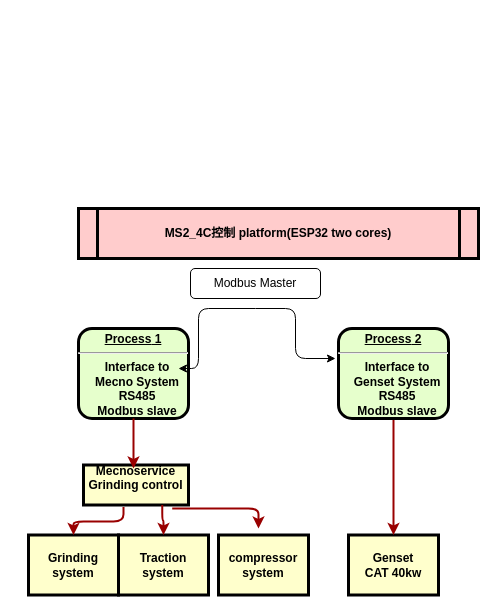
kartwu/ESP32-wqj keeps this draw.io diagram as MS2_4C_hardware.drawio. Above is the earlier version. Source tidied: cells renumbered, new cells numbered last; positions are measured from the earlier drawing's top-left corner, leaving out a move shared by most shapes. Both pictures are drawn from the tidied source at 100%, with x=0, y=0 at pixel (28, 208).
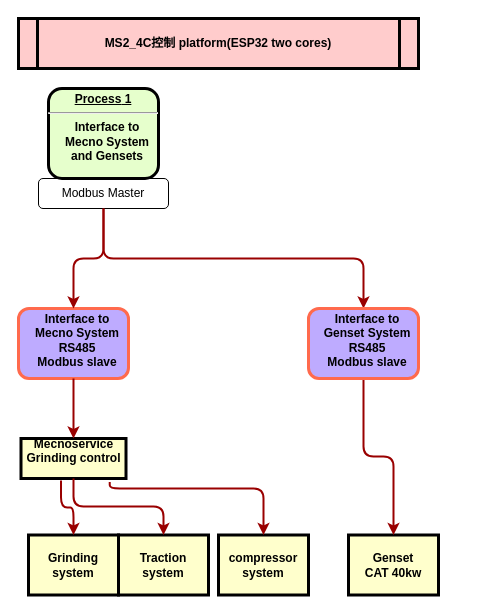
After the change.

The change refers to these unchanged cells:
```xml
<mxCell id="5" value="Genset&#10;CAT 40kw" style="whiteSpace=wrap;align=center;verticalAlign=middle;fontStyle=1;strokeWidth=3;fillColor=#FFFFCC;" parent="1" vertex="1">
  <mxGeometry x="320" y="326.5" width="90" height="60" as="geometry" />
</mxCell>
<mxCell id="8" value="Traction&#10;system" style="whiteSpace=wrap;align=center;verticalAlign=middle;fontStyle=1;strokeWidth=3;fillColor=#FFFFCC;" parent="1" vertex="1">
  <mxGeometry x="90" y="326.5" width="90" height="60" as="geometry" />
</mxCell>
<mxCell id="9" value="compressor system" style="whiteSpace=wrap;align=center;verticalAlign=middle;fontStyle=1;strokeWidth=3;fillColor=#FFFFCC;" parent="1" vertex="1">
  <mxGeometry x="190" y="326.5" width="90" height="60" as="geometry" />
</mxCell>
```

Diff of the diagram source:
```diff
@@
     <mxCell id="2" value="MS2_4C控制 platform(ESP32 two cores)" style="shape=process;whiteSpace=wrap;align=center;verticalAlign=middle;size=0.0475;fontStyle=1;strokeWidth=3;fillColor=#FFCCCC;" parent="1" vertex="1">
-      <mxGeometry x="50" width="400" height="50" as="geometry" />
+      <mxGeometry x="-10" y="-190" width="400" height="50" as="geometry" />
     </mxCell>
-    <mxCell id="3" value="&lt;p style=&quot;margin: 0px ; margin-top: 4px ; text-align: center ; text-decoration: underline&quot;&gt;&lt;strong&gt;&lt;strong&gt;Process&lt;/strong&gt;&amp;nbsp;1&lt;br&gt;&lt;/strong&gt;&lt;/p&gt;&lt;hr&gt;&lt;p style=&quot;margin: 0px ; margin-left: 8px&quot;&gt;&lt;span&gt;Interface to&lt;/span&gt;&lt;br&gt;&lt;/p&gt;&lt;p style=&quot;margin: 0px ; margin-left: 8px&quot;&gt;&lt;span&gt;Mecno&amp;nbsp;&lt;/span&gt;&lt;span&gt;System&lt;/span&gt;&lt;/p&gt;&lt;p style=&quot;margin: 0px ; margin-left: 8px&quot;&gt;RS485&lt;/p&gt;&lt;p style=&quot;margin: 0px ; margin-left: 8px&quot;&gt;Modbus slave&lt;/p&gt;" style="verticalAlign=middle;align=center;overflow=fill;fontSize=12;fontFamily=Helvetica;html=1;rounded=1;fontStyle=1;strokeWidth=3;fillColor=#E6FFCC;" parent="1" vertex="1">
-      <mxGeometry x="50" y="120" width="110" height="90" as="geometry" />
+    <mxCell id="3" value="&lt;p style=&quot;margin: 0px ; margin-top: 4px ; text-align: center ; text-decoration: underline&quot;&gt;&lt;/p&gt;&lt;p style=&quot;margin: 0px ; margin-left: 8px&quot;&gt;&lt;span&gt;Interface to&lt;/span&gt;&lt;br&gt;&lt;/p&gt;&lt;p style=&quot;margin: 0px ; margin-left: 8px&quot;&gt;&lt;span&gt;Mecno&amp;nbsp;&lt;/span&gt;&lt;span&gt;System&lt;/span&gt;&lt;/p&gt;&lt;p style=&quot;margin: 0px ; margin-left: 8px&quot;&gt;RS485&lt;/p&gt;&lt;p style=&quot;margin: 0px ; margin-left: 8px&quot;&gt;Modbus slave&lt;/p&gt;" style="verticalAlign=middle;align=center;overflow=fill;fontSize=12;fontFamily=Helvetica;html=1;rounded=1;fontStyle=1;strokeWidth=3;fillColor=#BEABFF;strokeColor=#FF6A4D;" parent="1" vertex="1">
+      <mxGeometry x="-10" y="100" width="110" height="70" as="geometry" />
     </mxCell>
     <mxCell id="4" value="Mecnoservice&#10;Grinding control&#10;" style="whiteSpace=wrap;align=center;verticalAlign=middle;fontStyle=1;strokeWidth=3;fillColor=#FFFFCC;" parent="1" vertex="1">
-      <mxGeometry x="55" y="256.5" width="105" height="40" as="geometry" />
+      <mxGeometry x="-7.5" y="230" width="105" height="40" as="geometry" />
     </mxCell>
@@
-    <mxCell id="6" style="edgeStyle=elbowEdgeStyle;elbow=vertical;strokeColor=#990000;strokeWidth=2;exitX=0.5;exitY=1;exitDx=0;exitDy=0;entryX=0.5;entryY=0;entryDx=0;entryDy=0;" parent="1" edge="1" source="14" target="5">
+    <mxCell id="6" style="edgeStyle=elbowEdgeStyle;elbow=vertical;strokeColor=#990000;strokeWidth=2;exitX=0.5;exitY=1;exitDx=0;exitDy=0;entryX=0.5;entryY=0;entryDx=0;entryDy=0;" parent="1" edge="1" source="22" target="5">
       <mxGeometry relative="1" as="geometry" />
     </mxCell>
@@
-    <mxCell id="11" style="edgeStyle=elbowEdgeStyle;elbow=vertical;strokeColor=#990000;strokeWidth=2;exitX=0.75;exitY=1;exitDx=0;exitDy=0;entryX=0.5;entryY=0;entryDx=0;entryDy=0;" parent="1" edge="1" source="4" target="8">
+    <mxCell id="11" style="edgeStyle=elbowEdgeStyle;elbow=vertical;strokeColor=#990000;strokeWidth=2;exitX=0.5;exitY=1;exitDx=0;exitDy=0;entryX=0.5;entryY=0;entryDx=0;entryDy=0;" parent="1" edge="1" source="4" target="8">
       <mxGeometry relative="1" as="geometry" />
     </mxCell>
-    <mxCell id="12" style="edgeStyle=elbowEdgeStyle;elbow=vertical;strokeColor=#990000;strokeWidth=2;exitX=0.845;exitY=1.088;exitDx=0;exitDy=0;exitPerimeter=0;" parent="1" edge="1" source="4">
+    <mxCell id="12" style="edgeStyle=elbowEdgeStyle;elbow=vertical;strokeColor=#990000;strokeWidth=2;exitX=0.845;exitY=1.088;exitDx=0;exitDy=0;exitPerimeter=0;entryX=0.5;entryY=0;entryDx=0;entryDy=0;" parent="1" edge="1" source="4" target="9">
       <mxGeometry relative="1" as="geometry">
-        <mxPoint x="230" y="320" as="targetPoint" />
         <Array as="points">
-          <mxPoint x="200" y="300" />
+          <mxPoint x="170" y="280" />
           <mxPoint x="230" y="330" />
         </Array>
       </mxGeometry>
     </mxCell>
-    <mxCell id="13" style="edgeStyle=elbowEdgeStyle;elbow=vertical;strokeColor=#990000;strokeWidth=2;exitX=0.5;exitY=1;exitDx=0;exitDy=0;" parent="1" edge="1" source="3">
-      <mxGeometry relative="1" as="geometry">
-        <mxPoint x="105" y="260" as="targetPoint" />
-      </mxGeometry>
+    <mxCell id="13" style="edgeStyle=elbowEdgeStyle;elbow=vertical;strokeColor=#990000;strokeWidth=2;exitX=0.5;exitY=1;exitDx=0;exitDy=0;entryX=0.5;entryY=0;entryDx=0;entryDy=0;" parent="1" edge="1" source="3" target="4">
+      <mxGeometry relative="1" as="geometry" />
     </mxCell>
-    <mxCell id="14" value="&lt;p style=&quot;margin: 0px ; margin-top: 4px ; text-align: center ; text-decoration: underline&quot;&gt;&lt;strong&gt;&lt;strong&gt;Process&lt;/strong&gt;&amp;nbsp;2&lt;br&gt;&lt;/strong&gt;&lt;/p&gt;&lt;hr&gt;&lt;p style=&quot;margin: 0px ; margin-left: 8px&quot;&gt;&lt;span&gt;Interface to&lt;/span&gt;&lt;br&gt;&lt;/p&gt;&lt;p style=&quot;margin: 0px ; margin-left: 8px&quot;&gt;&lt;span&gt;Genset&amp;nbsp;&lt;/span&gt;&lt;span&gt;System&lt;/span&gt;&lt;/p&gt;&lt;p style=&quot;margin: 0px ; margin-left: 8px&quot;&gt;RS485&lt;/p&gt;&lt;p style=&quot;margin: 0px ; margin-left: 8px&quot;&gt;Modbus slave&lt;br&gt;&lt;/p&gt;" style="verticalAlign=middle;align=center;overflow=fill;fontSize=12;fontFamily=Helvetica;html=1;rounded=1;fontStyle=1;strokeWidth=3;fillColor=#E6FFCC;" parent="1" vertex="1">
-      <mxGeometry x="310" y="120" width="110" height="90" as="geometry" />
-    </mxCell>
     <mxCell id="15" value="Modbus Master" style="rounded=1;whiteSpace=wrap;html=1;" parent="1" vertex="1">
-      <mxGeometry x="162" y="60" width="130" height="30" as="geometry" />
+      <mxGeometry x="10" y="-30" width="130" height="30" as="geometry" />
     </mxCell>
-    <mxCell id="16" style="edgeStyle=elbowEdgeStyle;elbow=horizontal;endArrow=classic;html=1;" parent="1" edge="1">
-      <mxGeometry relative="1" as="geometry">
-        <mxPoint x="227" y="100" as="sourcePoint" />
-        <mxPoint x="150" y="160" as="targetPoint" />
-        <Array as="points">
-          <mxPoint x="170" y="160" />
-        </Array>
-      </mxGeometry>
-    </mxCell>
-    <mxCell id="17" style="edgeStyle=elbowEdgeStyle;elbow=horizontal;endArrow=classic;html=1;" parent="1" edge="1">
-      <mxGeometry relative="1" as="geometry">
-        <mxPoint x="227" y="100" as="sourcePoint" />
-        <mxPoint x="307" y="150" as="targetPoint" />
-      </mxGeometry>
-    </mxCell>
+    <mxCell id="18" style="edgeStyle=elbowEdgeStyle;elbow=vertical;strokeColor=#990000;strokeWidth=2;exitX=0.5;exitY=1;exitDx=0;exitDy=0;entryX=0.5;entryY=0;entryDx=0;entryDy=0;" parent="1" edge="1" source="15" target="3">
+      <mxGeometry relative="1" as="geometry" />
+    </mxCell>
+    <mxCell id="19" style="edgeStyle=elbowEdgeStyle;elbow=vertical;strokeColor=#990000;strokeWidth=2;exitX=0.5;exitY=1;exitDx=0;exitDy=0;entryX=0.5;entryY=0;entryDx=0;entryDy=0;" parent="1" edge="1" source="15" target="22">
+      <mxGeometry relative="1" as="geometry" />
+    </mxCell>
+    <mxCell id="20" value="&lt;p style=&quot;margin: 0px ; margin-top: 4px ; text-align: center ; text-decoration: underline&quot;&gt;&lt;strong&gt;&lt;strong&gt;Process&lt;/strong&gt;&amp;nbsp;1&lt;br&gt;&lt;/strong&gt;&lt;/p&gt;&lt;hr&gt;&lt;p style=&quot;margin: 0px ; margin-left: 8px&quot;&gt;&lt;span&gt;Interface to&lt;/span&gt;&lt;br&gt;&lt;/p&gt;&lt;p style=&quot;margin: 0px ; margin-left: 8px&quot;&gt;&lt;span&gt;Mecno&amp;nbsp;&lt;/span&gt;&lt;span&gt;System&lt;/span&gt;&lt;/p&gt;&lt;p style=&quot;margin: 0px ; margin-left: 8px&quot;&gt;and Gensets&lt;/p&gt;" style="verticalAlign=middle;align=center;overflow=fill;fontSize=12;fontFamily=Helvetica;html=1;rounded=1;fontStyle=1;strokeWidth=3;fillColor=#E6FFCC;" parent="1" vertex="1">
+      <mxGeometry x="20" y="-120" width="110" height="90" as="geometry" />
+    </mxCell>
+    <mxCell id="21" style="edgeStyle=orthogonalEdgeStyle;rounded=0;orthogonalLoop=1;jettySize=auto;html=1;exitX=0.5;exitY=1;exitDx=0;exitDy=0;" parent="1" edge="1">
+      <mxGeometry relative="1" as="geometry">
+        <mxPoint x="195" y="170" as="sourcePoint" />
+        <mxPoint x="195" y="170" as="targetPoint" />
+      </mxGeometry>
+    </mxCell>
+    <mxCell id="22" value="&lt;p style=&quot;margin: 0px ; margin-top: 4px ; text-align: center ; text-decoration: underline&quot;&gt;&lt;/p&gt;&lt;p style=&quot;margin: 0px ; margin-left: 8px&quot;&gt;&lt;span&gt;Interface to&lt;/span&gt;&lt;br&gt;&lt;/p&gt;&lt;p style=&quot;margin: 0px ; margin-left: 8px&quot;&gt;&lt;span&gt;Genset&amp;nbsp;&lt;/span&gt;&lt;span&gt;System&lt;/span&gt;&lt;/p&gt;&lt;p style=&quot;margin: 0px ; margin-left: 8px&quot;&gt;RS485&lt;/p&gt;&lt;p style=&quot;margin: 0px ; margin-left: 8px&quot;&gt;Modbus slave&lt;/p&gt;" style="verticalAlign=middle;align=center;overflow=fill;fontSize=12;fontFamily=Helvetica;html=1;rounded=1;fontStyle=1;strokeWidth=3;fillColor=#BEABFF;strokeColor=#FF6A4D;" parent="1" vertex="1">
+      <mxGeometry x="280" y="100" width="110" height="70" as="geometry" />
+    </mxCell>
```
